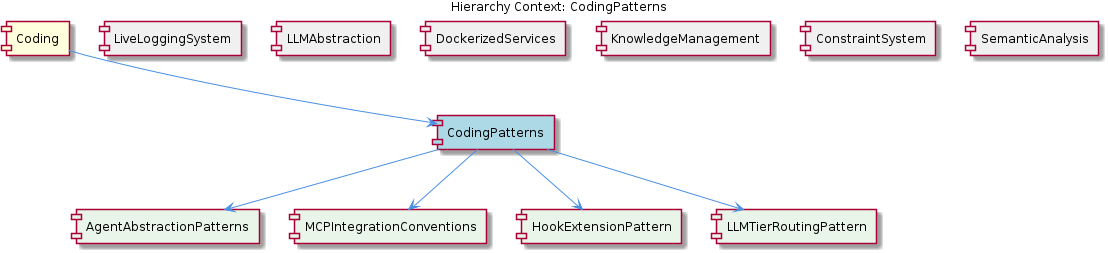
The PlantUML diagram knowledge-management/insights/images/coding-patterns-relationship.png in fwornle/coding, before a commit. Its source is kept beside it as .data/knowledge-graph/insights/puml/coding-patterns-relationship.puml.
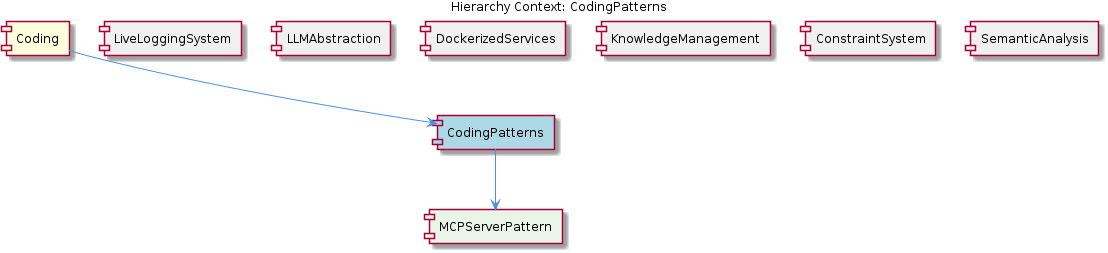
After the commit.

Diff of the diagram source:
```diff
@@ -11,10 +11,7 @@
 [KnowledgeManagement] as knowledge_management #F0F0F0
 [ConstraintSystem] as constraint_system #F0F0F0
 [SemanticAnalysis] as semantic_analysis #F0F0F0
-[AgentAbstractionPatterns] as agent_abstraction_patterns #E8F5E8
-[MCPIntegrationConventions] as mcpintegration_conventions #E8F5E8
-[HookExtensionPattern] as hook_extension_pattern #E8F5E8
-[LLMTierRoutingPattern] as llmtier_routing_pattern #E8F5E8
+[MCPServerPattern] as mcpserver_pattern #E8F5E8
 
 coding --> coding_patterns
 live_logging_system -[hidden]- coding_patterns
@@ -23,9 +20,6 @@
 knowledge_management -[hidden]- coding_patterns
 constraint_system -[hidden]- coding_patterns
 semantic_analysis -[hidden]- coding_patterns
-coding_patterns --> agent_abstraction_patterns
-coding_patterns --> mcpintegration_conventions
-coding_patterns --> hook_extension_pattern
-coding_patterns --> llmtier_routing_pattern
+coding_patterns --> mcpserver_pattern
 
 @enduml
```
